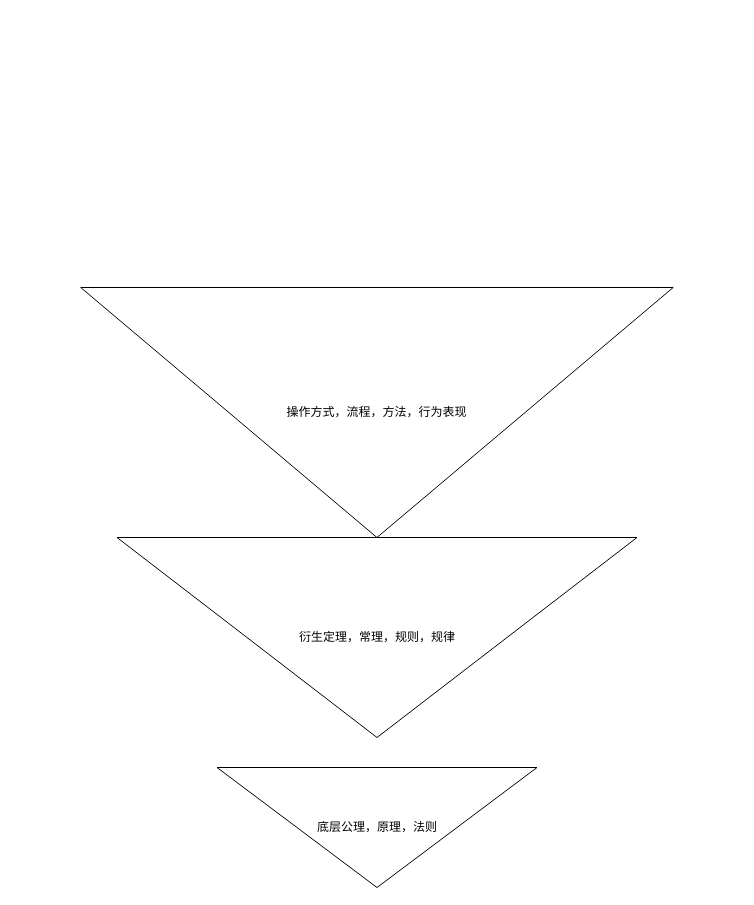
Above: 底层逻辑.drawio in Amos-Pan-lei/diagram-repo (draw.io), before the change. Source tidied: cells renumbered, new cells numbered last; positions are measured from the earlier drawing's top-left corner, leaving out a move shared by most shapes. Both pictures are drawn from the tidied source at 100%, with x=0, y=0 at pixel (80, 287).
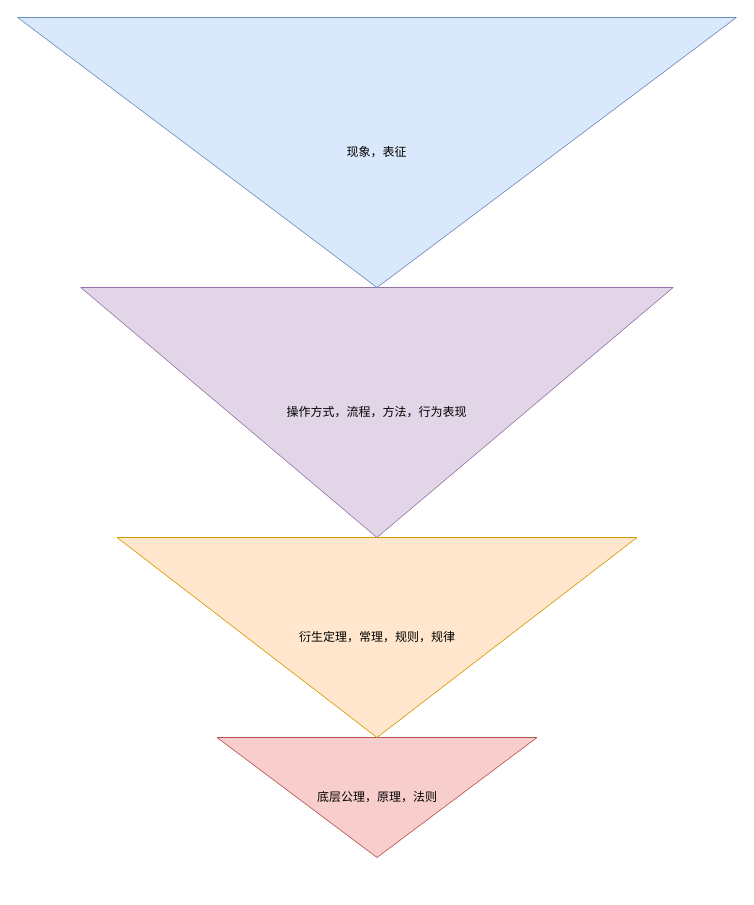
Above is the later version.

Commit message:
更新底层逻辑.drawio

What changed in the source:
```diff
@@
 <mxGraphModel>
   <root>
     <mxCell id="0" />
     <mxCell id="1" parent="0" />
-    <mxCell id="2" value="底层公理，原理，法则" style="triangle;whiteSpace=wrap;html=1;direction=south;" parent="1" vertex="1">
-      <mxGeometry x="136.5" y="480" width="320" height="120" as="geometry" />
+    <mxCell id="2" value="底层公理，原理，法则" style="triangle;whiteSpace=wrap;html=1;direction=south;fillColor=#f8cecc;strokeColor=#b85450;" parent="1" vertex="1">
+      <mxGeometry x="136.5" y="450" width="320" height="120" as="geometry" />
     </mxCell>
-    <mxCell id="3" value="衍生定理，常理，规则，规律" style="triangle;whiteSpace=wrap;html=1;direction=south;" parent="1" vertex="1">
+    <mxCell id="3" value="衍生定理，常理，规则，规律" style="triangle;whiteSpace=wrap;html=1;direction=south;fillColor=#ffe6cc;strokeColor=#d79b00;" parent="1" vertex="1">
       <mxGeometry x="36.5" y="250" width="520" height="200" as="geometry" />
     </mxCell>
-    <mxCell id="4" value="操作方式，流程，方法，行为表现" style="triangle;whiteSpace=wrap;html=1;direction=south;" parent="1" vertex="1">
+    <mxCell id="4" value="操作方式，流程，方法，行为表现" style="triangle;whiteSpace=wrap;html=1;direction=south;fillColor=#e1d5e7;strokeColor=#9673a6;" parent="1" vertex="1">
       <mxGeometry x="0.2" width="592.5" height="250" as="geometry" />
     </mxCell>
+    <mxCell id="5" value="现象，表征" style="triangle;whiteSpace=wrap;html=1;direction=south;fillColor=#dae8fc;strokeColor=#6c8ebf;" parent="1" vertex="1">
+      <mxGeometry x="-62.9" y="-270" width="718.8" height="270" as="geometry" />
+    </mxCell>
   </root>
 </mxGraphModel>
```
